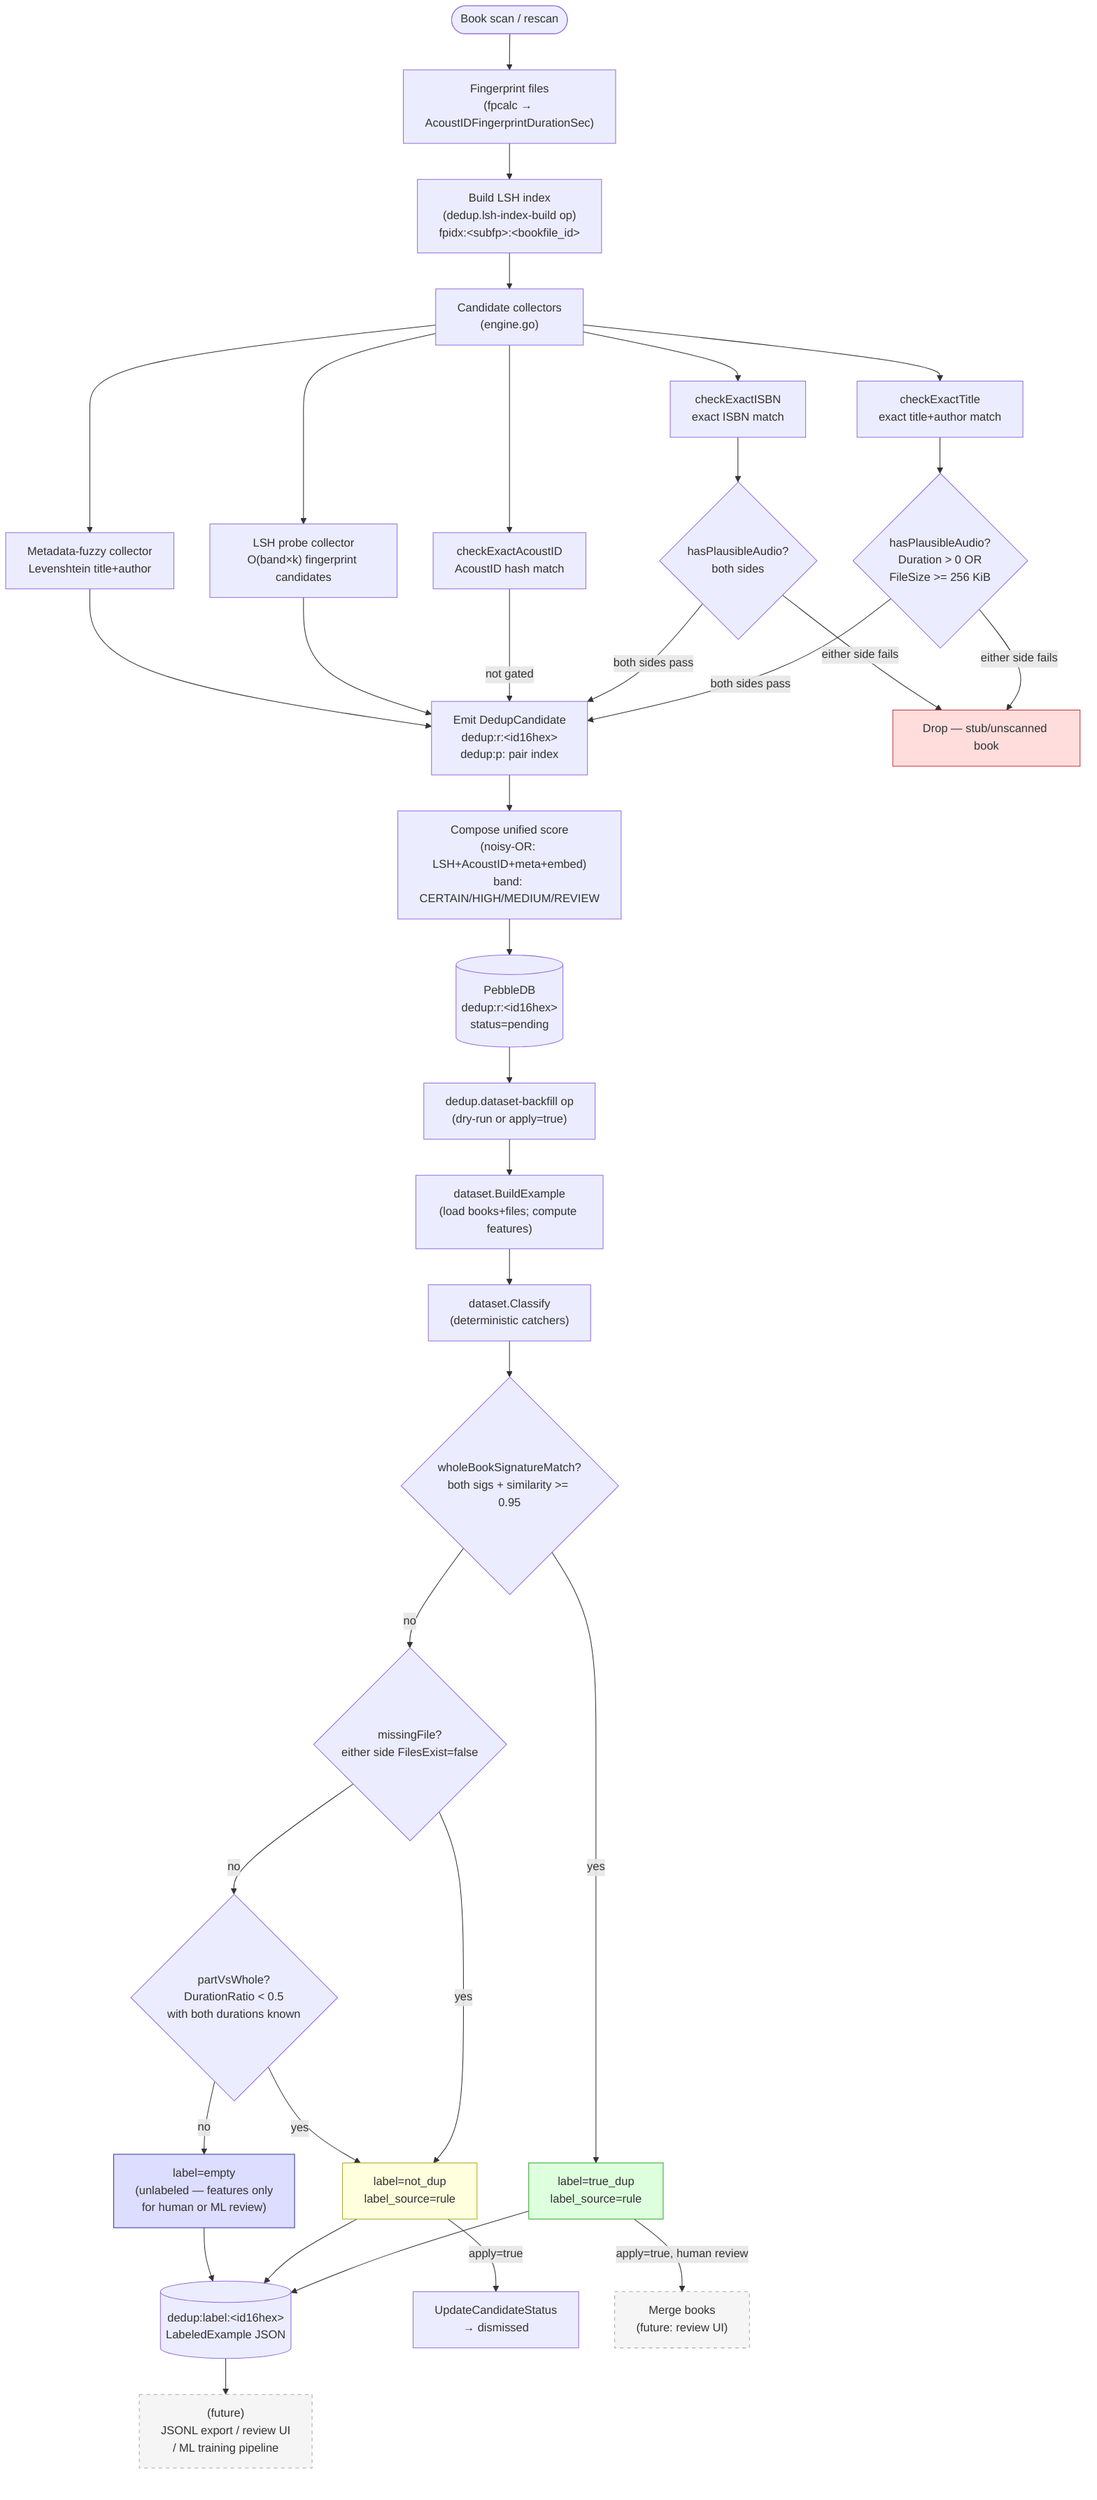
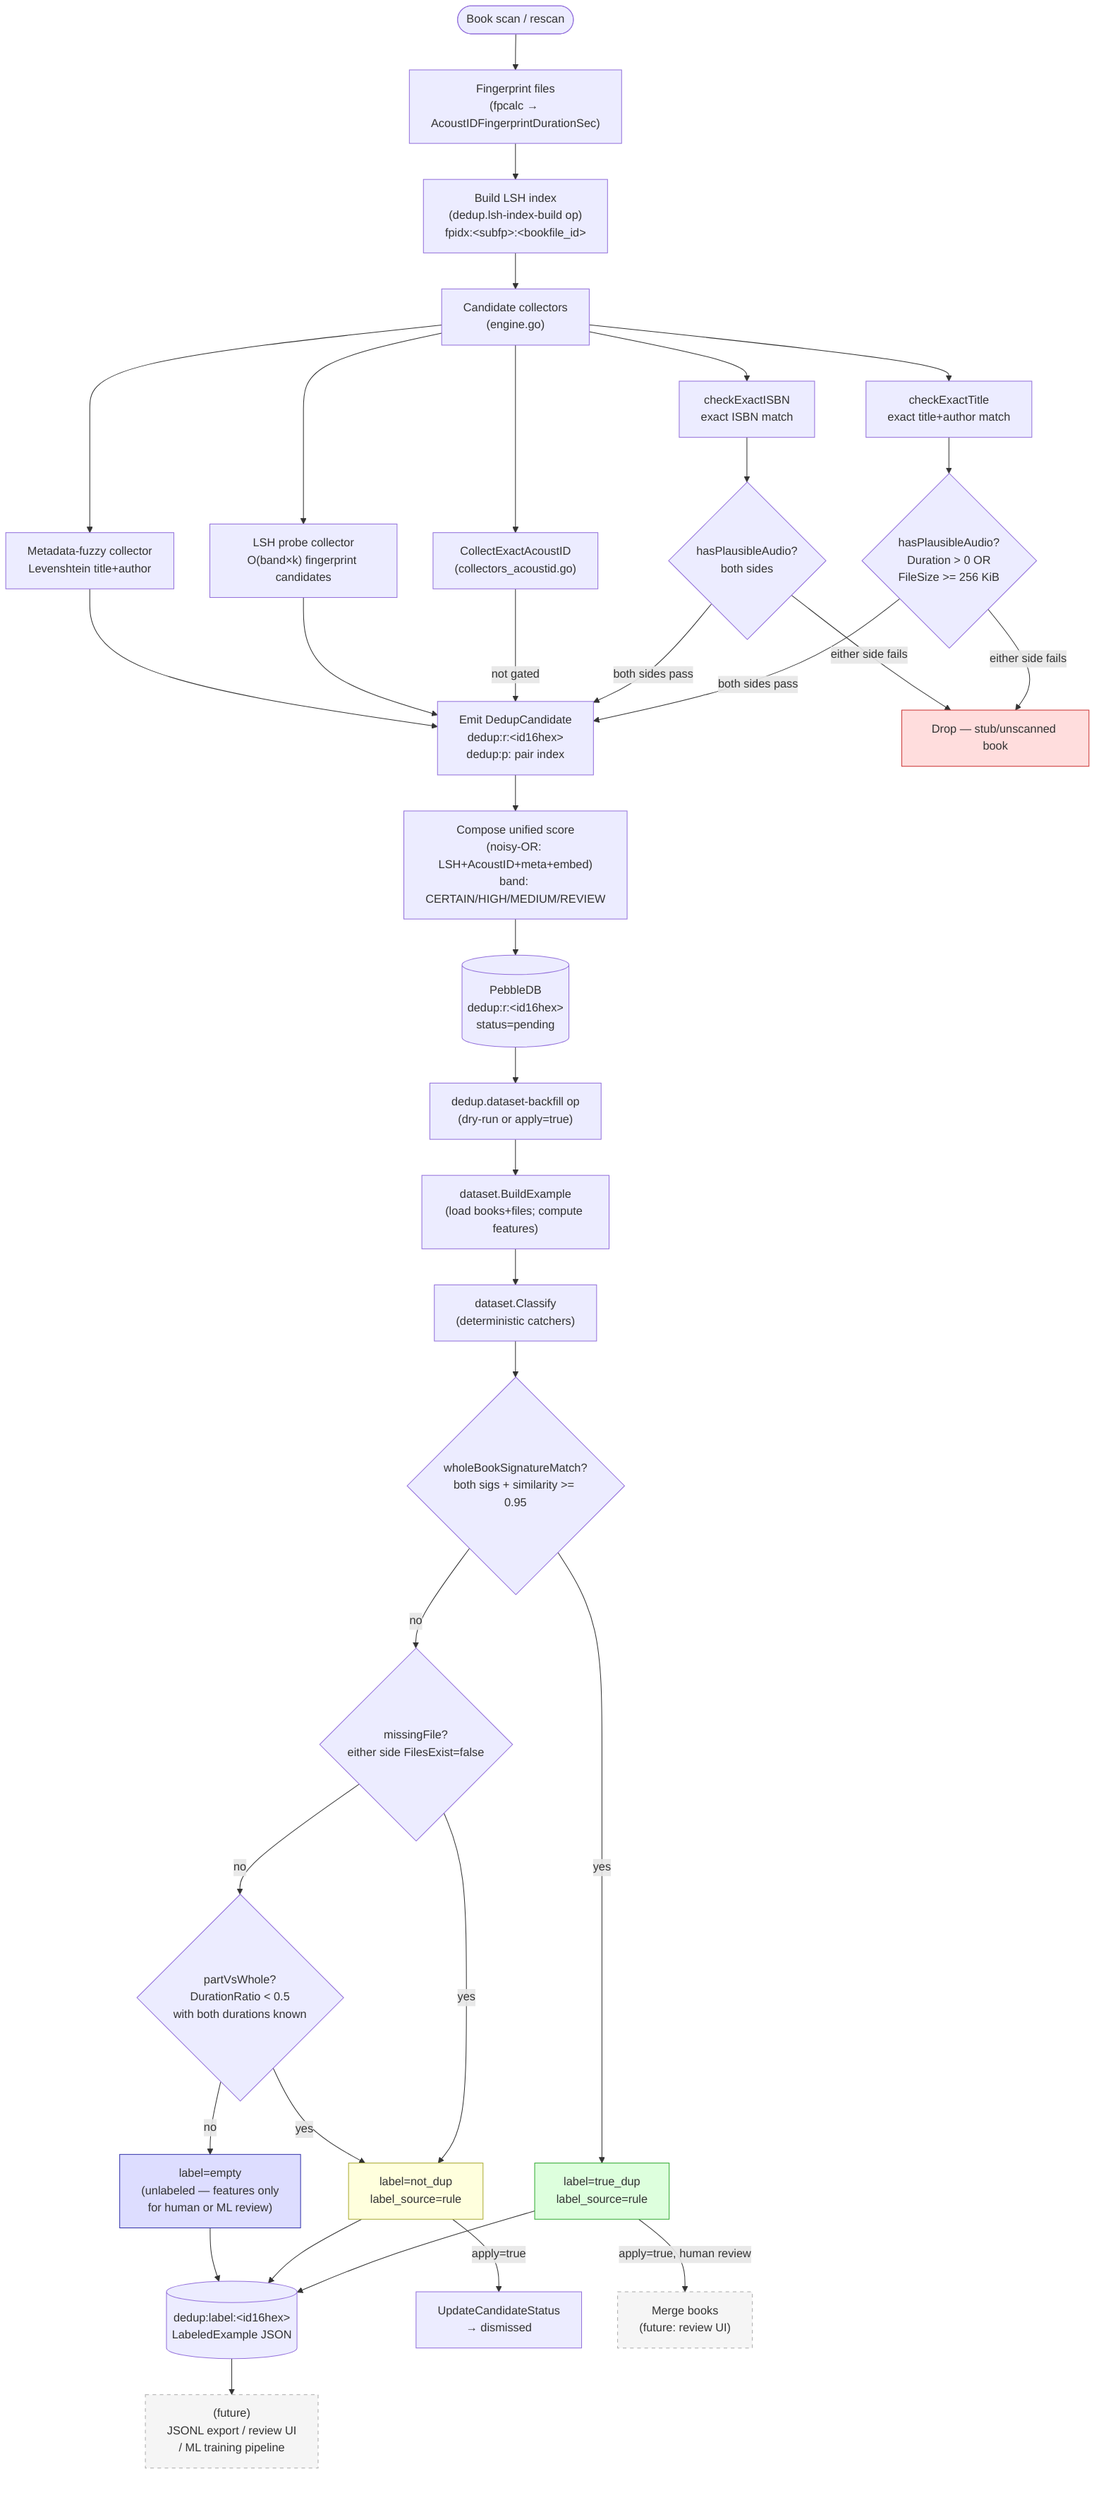
flowchart TD
    %% file: docs/diagrams/flow-book-dedup.mmd
-     %% version: 1.0.0
+     %% version: 1.0.1
    %% guid: 7c3e9a21-4f6b-4d08-b1a2-8e5d0c7f3b92
    %% Book Dedup Candidate Lifecycle

    Scan([Book scan / rescan]) --> Fingerprint["Fingerprint files\n(fpcalc → AcoustIDFingerprintDurationSec)"]
    Fingerprint --> LSH["Build LSH index\n(dedup.lsh-index-build op)\nfpidx:&lt;subfp&gt;:&lt;bookfile_id&gt;"]

    LSH --> Collectors["Candidate collectors\n(engine.go)"]
    Collectors --> ExactTitle["checkExactTitle\nexact title+author match"]
    Collectors --> ExactISBN["checkExactISBN\nexact ISBN match"]
-     Collectors --> ExactAcoustID["checkExactAcoustID\nAcoustID hash match"]
+     Collectors --> ExactAcoustID["CollectExactAcoustID\n(collectors_acoustid.go)"]
    Collectors --> LSHProbe["LSH probe collector\nO(band×k) fingerprint candidates"]
    Collectors --> MetaFuzzy["Metadata-fuzzy collector\nLevenshtein title+author"]

    ExactTitle --> Gate1{hasPlausibleAudio?\nDuration > 0 OR\nFileSize >= 256 KiB}
    ExactISBN --> Gate2{hasPlausibleAudio?\nboth sides}
    Gate1 -->|both sides pass| Emit["Emit DedupCandidate\ndedup:r:&lt;id16hex&gt;\ndedup:p: pair index"]
    Gate2 -->|both sides pass| Emit
    Gate1 -->|either side fails| Drop1[Drop — stub/unscanned book]
    Gate2 -->|either side fails| Drop1
    ExactAcoustID -->|not gated| Emit
    LSHProbe --> Emit
    MetaFuzzy --> Emit

    Emit --> Score["Compose unified score\n(noisy-OR: LSH+AcoustID+meta+embed)\nband: CERTAIN/HIGH/MEDIUM/REVIEW"]
    Score --> CandStore[("PebbleDB\ndedup:r:&lt;id16hex&gt;\nstatus=pending")]

    CandStore --> Backfill["dedup.dataset-backfill op\n(dry-run or apply=true)"]
    Backfill --> BuildEx["dataset.BuildExample\n(load books+files; compute features)"]
    BuildEx --> Classify["dataset.Classify\n(deterministic catchers)"]

    Classify --> SigMatch{"wholeBookSignatureMatch?\nboth sigs + similarity >= 0.95"}
    SigMatch -->|yes| LabelDup["label=true_dup\nlabel_source=rule"]
    SigMatch -->|no| MissingFile{"missingFile?\neither side FilesExist=false"}
    MissingFile -->|yes| LabelNotDup["label=not_dup\nlabel_source=rule"]
    MissingFile -->|no| PartWhole{"partVsWhole?\nDurationRatio < 0.5\nwith both durations known"}
    PartWhole -->|yes| LabelNotDup
    PartWhole -->|no| LabelUnlabeled["label=empty\n(unlabeled — features only\nfor human or ML review)"]

    LabelDup --> WriteLabel[("dedup:label:&lt;id16hex&gt;\nLabeledExample JSON")]
    LabelNotDup --> WriteLabel
    LabelUnlabeled --> WriteLabel

    LabelNotDup -->|apply=true| Suppress["UpdateCandidateStatus\n→ dismissed"]
    LabelDup -->|apply=true, human review| Merge["Merge books\n(future: review UI)"]

    WriteLabel --> FutureExport["(future)\nJSONL export / review UI\n/ ML training pipeline"]

    style Drop1 fill:#fdd,stroke:#c33
    style LabelDup fill:#dfd,stroke:#3a3
    style LabelNotDup fill:#ffd,stroke:#aa3
    style LabelUnlabeled fill:#ddf,stroke:#33a
    style FutureExport fill:#f5f5f5,stroke:#aaa,stroke-dasharray:5 5
    style Merge fill:#f5f5f5,stroke:#aaa,stroke-dasharray:5 5
